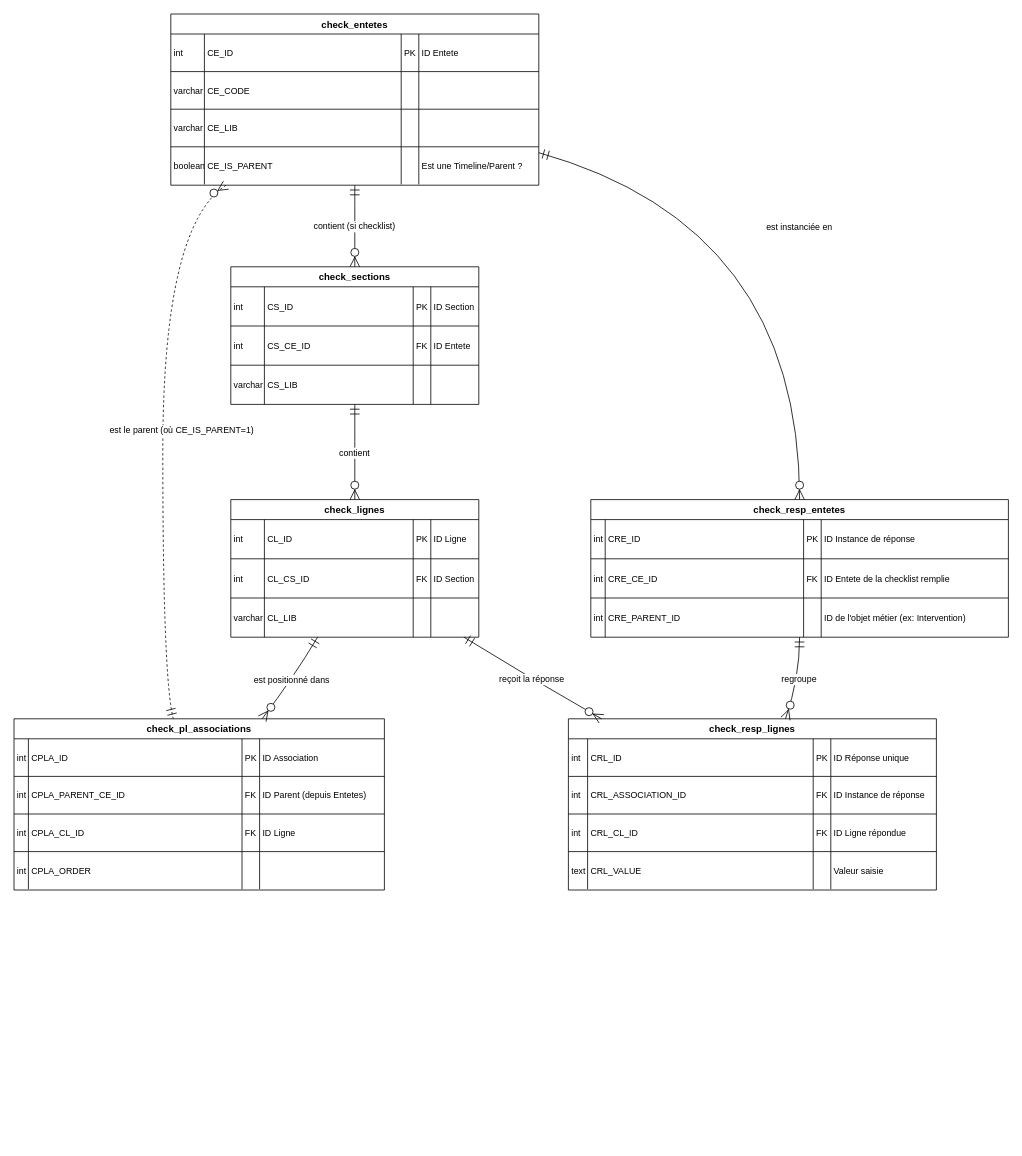
Above: flux_parent_checklist.drawio in antikkorps/schema_checklist (draw.io), before the change. Source tidied: cells renumbered, new cells numbered last; positions are measured from the earlier drawing's top-left corner, leaving out a move shared by most shapes. Both pictures are drawn from the tidied source at 80%, with x=0, y=0 at pixel (14, 14).
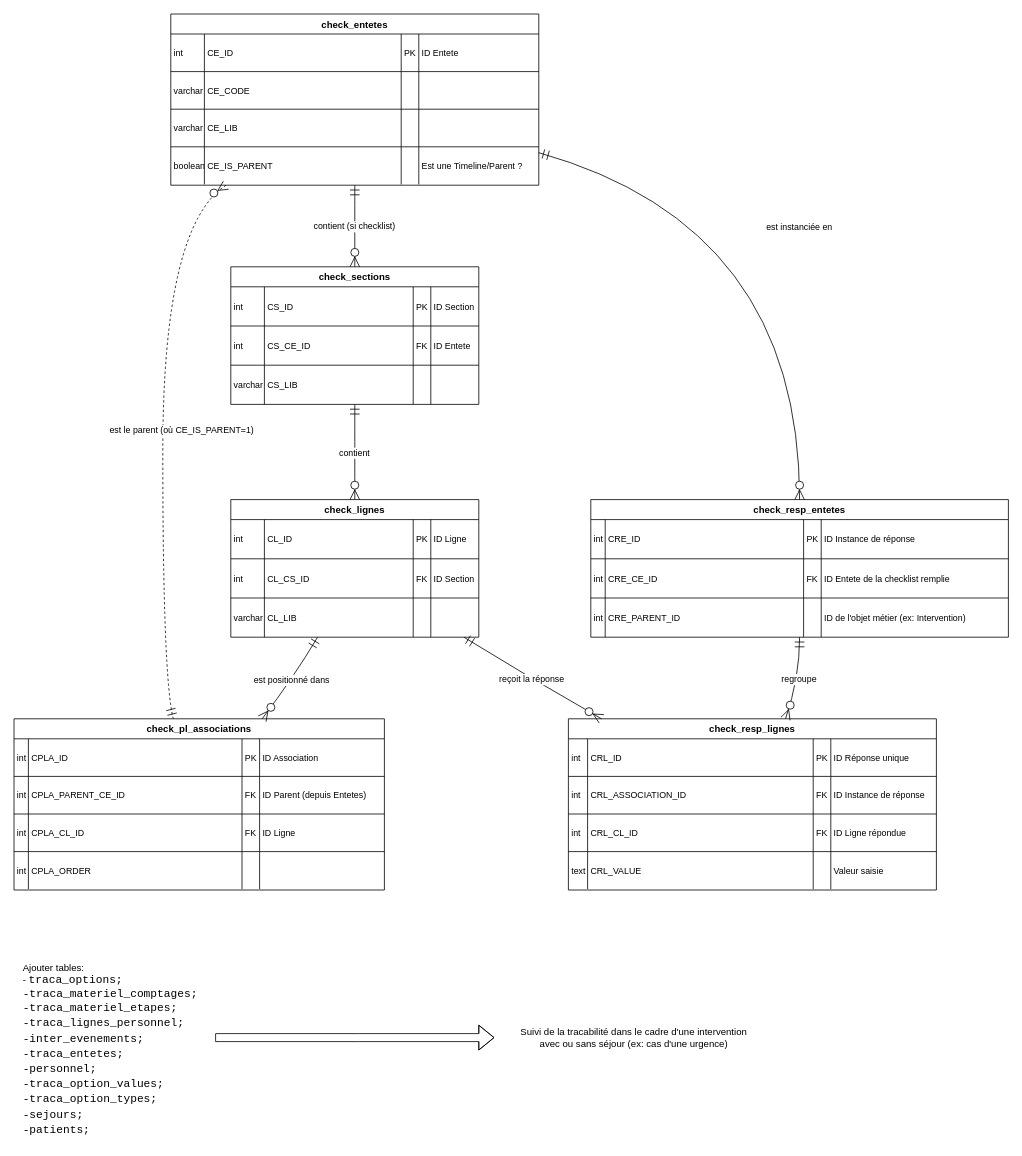
The same diagram, later.

Commit message:
Mettre à jour flux_parent_checklist.drawio

Diff of the diagram source:
```diff
@@
+    <mxCell id="120" value="&lt;div style=&quot;text-align: justify;&quot;&gt;&lt;span style=&quot;color: light-dark(rgb(0, 0, 0), rgb(255, 255, 255)); background-color: light-dark(#ffffff, var(--ge-dark-color, #121212));&quot;&gt;Ajouter tables:&amp;nbsp;&lt;/span&gt;&lt;/div&gt;&lt;div style=&quot;text-align: justify;&quot;&gt;&lt;span style=&quot;background-color: light-dark(#ffffff, var(--ge-dark-color, #121212));&quot;&gt;&lt;font style=&quot;color: light-dark(rgb(0, 0, 0), rgb(255, 255, 255));&quot;&gt;-&amp;nbsp;&lt;span style=&quot;font-family: Consolas, &amp;quot;Courier New&amp;quot;, monospace; font-size: 14px; white-space-collapse: preserve;&quot;&gt;traca_options;&lt;/span&gt;&lt;/font&gt;&lt;/span&gt;&lt;/div&gt;&lt;div style=&quot;text-align: justify;&quot;&gt;&lt;span style=&quot;background-color: light-dark(#ffffff, var(--ge-dark-color, #121212));&quot;&gt;&lt;font style=&quot;color: light-dark(rgb(0, 0, 0), rgb(255, 255, 255));&quot;&gt;&lt;span style=&quot;font-family: Consolas, &amp;quot;Courier New&amp;quot;, monospace; font-size: 14px; white-space-collapse: preserve;&quot;&gt;-&lt;/span&gt;&lt;span style=&quot;font-family: Consolas, &amp;quot;Courier New&amp;quot;, monospace; font-size: 14px; white-space-collapse: preserve;&quot;&gt;traca_materiel_comptages;&lt;/span&gt;&lt;/font&gt;&lt;/span&gt;&lt;/div&gt;&lt;div style=&quot;font-family: Consolas, &amp;quot;Courier New&amp;quot;, monospace; font-size: 14px; line-height: 19px; white-space-collapse: preserve;&quot;&gt;&lt;div style=&quot;text-align: justify;&quot;&gt;&lt;span style=&quot;background-color: light-dark(#ffffff, var(--ge-dark-color, #121212));&quot;&gt;&lt;font style=&quot;color: light-dark(rgb(0, 0, 0), rgb(255, 255, 255));&quot;&gt;&lt;font&gt;-&lt;/font&gt;&lt;font&gt;traca_materiel_etapes;&lt;/font&gt;&lt;/font&gt;&lt;/span&gt;&lt;/div&gt;&lt;div style=&quot;text-align: justify;&quot;&gt;&lt;span style=&quot;background-color: light-dark(#ffffff, var(--ge-dark-color, #121212));&quot;&gt;&lt;font style=&quot;color: light-dark(rgb(0, 0, 0), rgb(255, 255, 255));&quot;&gt;&lt;font&gt;-&lt;/font&gt;&lt;span&gt;traca_lignes_personnel;&lt;/span&gt;&lt;/font&gt;&lt;/span&gt;&lt;/div&gt;&lt;div style=&quot;text-align: justify;&quot;&gt;&lt;span style=&quot;background-color: light-dark(#ffffff, var(--ge-dark-color, #121212));&quot;&gt;&lt;font style=&quot;color: light-dark(rgb(0, 0, 0), rgb(255, 255, 255));&quot;&gt;&lt;font&gt;-&lt;/font&gt;&lt;span&gt;inter_evenements;&lt;/span&gt;&lt;/font&gt;&lt;/span&gt;&lt;/div&gt;&lt;div style=&quot;text-align: justify;&quot;&gt;&lt;span style=&quot;background-color: light-dark(#ffffff, var(--ge-dark-color, #121212));&quot;&gt;&lt;font style=&quot;color: light-dark(rgb(0, 0, 0), rgb(255, 255, 255));&quot;&gt;&lt;font&gt;-&lt;/font&gt;&lt;span&gt;traca_entetes;&lt;/span&gt;&lt;/font&gt;&lt;/span&gt;&lt;/div&gt;&lt;div style=&quot;text-align: justify;&quot;&gt;&lt;span style=&quot;background-color: light-dark(#ffffff, var(--ge-dark-color, #121212));&quot;&gt;&lt;font style=&quot;color: light-dark(rgb(0, 0, 0), rgb(255, 255, 255));&quot;&gt;&lt;font&gt;-&lt;/font&gt;&lt;span&gt;personnel;&lt;/span&gt;&lt;/font&gt;&lt;/span&gt;&lt;/div&gt;&lt;div style=&quot;text-align: justify;&quot;&gt;&lt;span style=&quot;background-color: light-dark(#ffffff, var(--ge-dark-color, #121212));&quot;&gt;&lt;font style=&quot;color: light-dark(rgb(0, 0, 0), rgb(255, 255, 255));&quot;&gt;&lt;font&gt;-&lt;/font&gt;&lt;span&gt;traca_option_values;&lt;/span&gt;&lt;/font&gt;&lt;/span&gt;&lt;/div&gt;&lt;div style=&quot;text-align: justify;&quot;&gt;&lt;span style=&quot;background-color: light-dark(#ffffff, var(--ge-dark-color, #121212));&quot;&gt;&lt;font style=&quot;color: light-dark(rgb(0, 0, 0), rgb(255, 255, 255));&quot;&gt;&lt;font&gt;-&lt;/font&gt;&lt;span&gt;traca_option_types;&lt;/span&gt;&lt;/font&gt;&lt;/span&gt;&lt;/div&gt;&lt;div style=&quot;text-align: justify;&quot;&gt;&lt;span style=&quot;background-color: light-dark(#ffffff, var(--ge-dark-color, #121212));&quot;&gt;&lt;font style=&quot;color: light-dark(rgb(0, 0, 0), rgb(255, 255, 255));&quot;&gt;&lt;font&gt;-&lt;/font&gt;&lt;span&gt;sejours;&lt;/span&gt;&lt;/font&gt;&lt;/span&gt;&lt;/div&gt;&lt;div style=&quot;text-align: justify;&quot;&gt;&lt;span style=&quot;background-color: light-dark(#ffffff, var(--ge-dark-color, #121212));&quot;&gt;&lt;font style=&quot;color: light-dark(rgb(0, 0, 0), rgb(255, 255, 255));&quot;&gt;&lt;font style=&quot;&quot;&gt;-&lt;/font&gt;&lt;span&gt;patients;&lt;/span&gt;&lt;/font&gt;&lt;/span&gt;&lt;/div&gt;&lt;/div&gt;" style="text;html=1;align=center;verticalAlign=middle;strokeColor=none;fillColor=none;" parent="1" vertex="1">
+      <mxGeometry x="10" y="1180" width="220" height="230" as="geometry" />
+    </mxCell>
+    <mxCell id="121" style="shape=flexArrow;endArrow=classic;html=1;rounded=0;" parent="1" edge="1">
+      <mxGeometry relative="1" as="geometry">
+        <mxPoint x="251.5" y="1279.5" as="sourcePoint" />
+        <mxPoint x="600.5" y="1279.5" as="targetPoint" />
+        <Array as="points">
+          <mxPoint x="430.5" y="1279.5" />
+        </Array>
+      </mxGeometry>
+    </mxCell>
+    <mxCell id="122" value="Suivi de la tracabilité dans le cadre d'une intervention avec ou sans séjour (ex: cas d'une urgence)" style="text;html=1;align=center;verticalAlign=middle;whiteSpace=wrap;rounded=0;" parent="1" vertex="1">
+      <mxGeometry x="620" y="1265" width="310" height="30" as="geometry" />
+    </mxCell>
```
